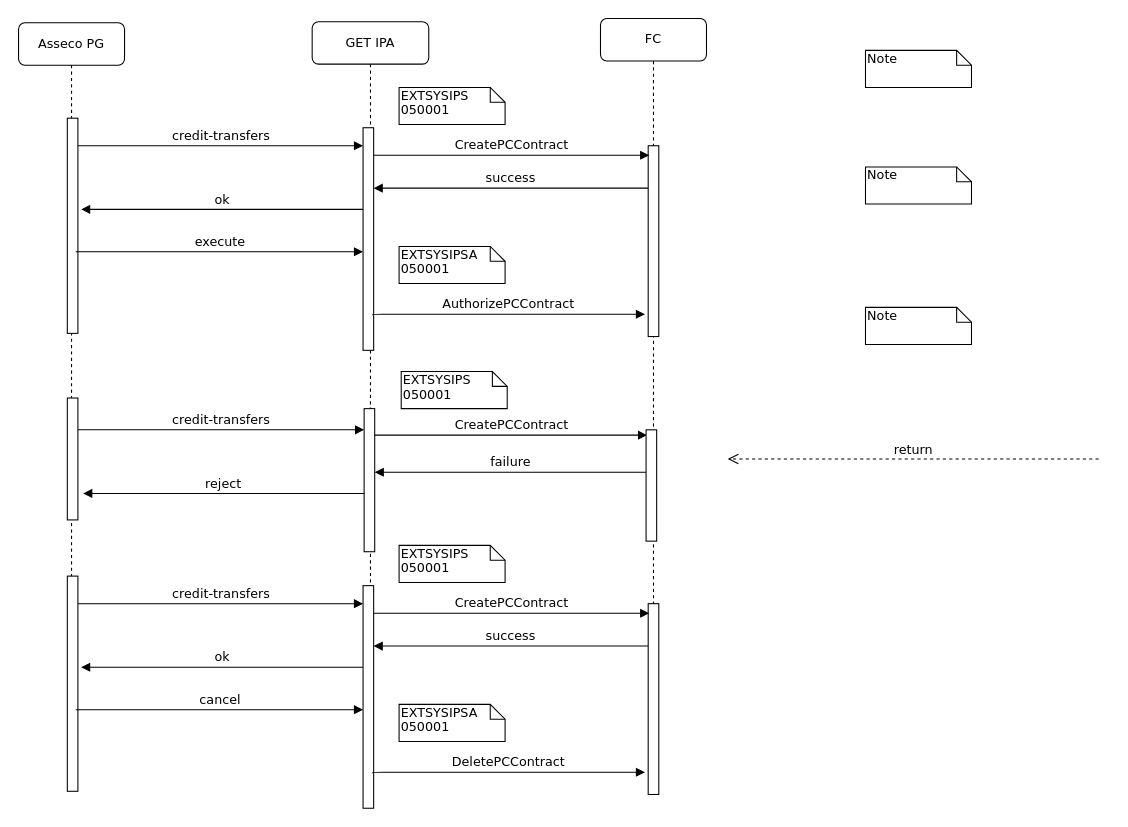
The draw.io diagram page "Page-1" (1 of 3) of Untitled Diagram.drawio in gjovan/draw, before the edit. Source tidied: cells renumbered, new cells numbered last; positions are measured from the earlier drawing's top-left corner, leaving out a move shared by most shapes. Both pictures are drawn from the tidied source at 106%, with x=0, y=0 at pixel (18, 18).
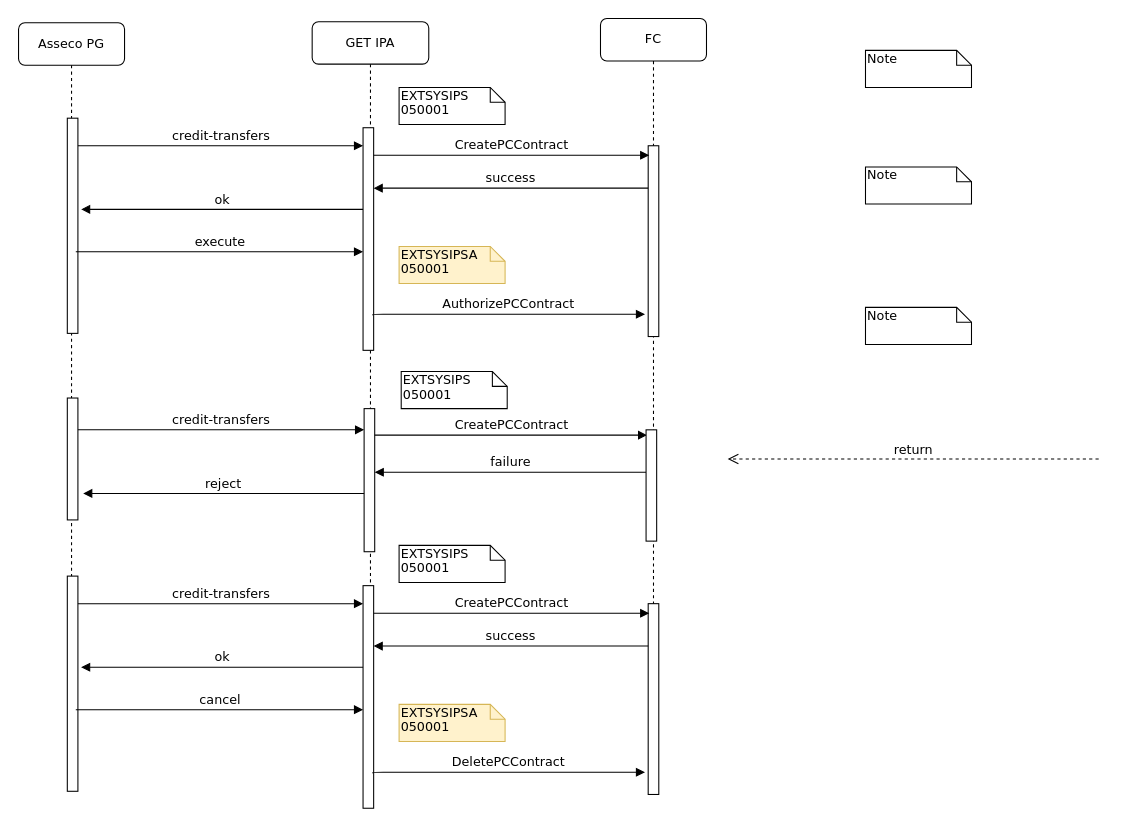
The same page after the edit.

Change to the diagram source:
```diff
@@
-    <mxCell id="27" value="EXTSYSIPSA&lt;br&gt;050001&lt;br&gt;" style="shape=note;whiteSpace=wrap;html=1;size=14;verticalAlign=top;align=left;spacingTop=-6;rounded=0;shadow=0;comic=0;labelBackgroundColor=none;strokeColor=#000000;strokeWidth=1;fillColor=#FFFFFF;fontFamily=Verdana;fontSize=12;fontColor=#000000;" parent="1" vertex="1">
+    <mxCell id="27" value="EXTSYSIPSA&lt;br&gt;050001&lt;br&gt;" style="shape=note;whiteSpace=wrap;html=1;size=14;verticalAlign=top;align=left;spacingTop=-6;rounded=0;shadow=0;comic=0;labelBackgroundColor=none;strokeColor=#d6b656;strokeWidth=1;fillColor=#fff2cc;fontFamily=Verdana;fontSize=12;" parent="1" vertex="1">
       <mxGeometry x="359" y="215" width="100" height="35" as="geometry" />
     </mxCell>
@@
-    <mxCell id="38" value="EXTSYSIPSA&lt;br&gt;050001&lt;br&gt;" style="shape=note;whiteSpace=wrap;html=1;size=14;verticalAlign=top;align=left;spacingTop=-6;rounded=0;shadow=0;comic=0;labelBackgroundColor=none;strokeColor=#000000;strokeWidth=1;fillColor=#FFFFFF;fontFamily=Verdana;fontSize=12;fontColor=#000000;" parent="1" vertex="1">
+    <mxCell id="38" value="EXTSYSIPSA&lt;br&gt;050001&lt;br&gt;" style="shape=note;whiteSpace=wrap;html=1;size=14;verticalAlign=top;align=left;spacingTop=-6;rounded=0;shadow=0;comic=0;labelBackgroundColor=none;strokeColor=#d6b656;strokeWidth=1;fillColor=#fff2cc;fontFamily=Verdana;fontSize=12;" parent="1" vertex="1">
       <mxGeometry x="359" y="647" width="100" height="35" as="geometry" />
     </mxCell>
```
